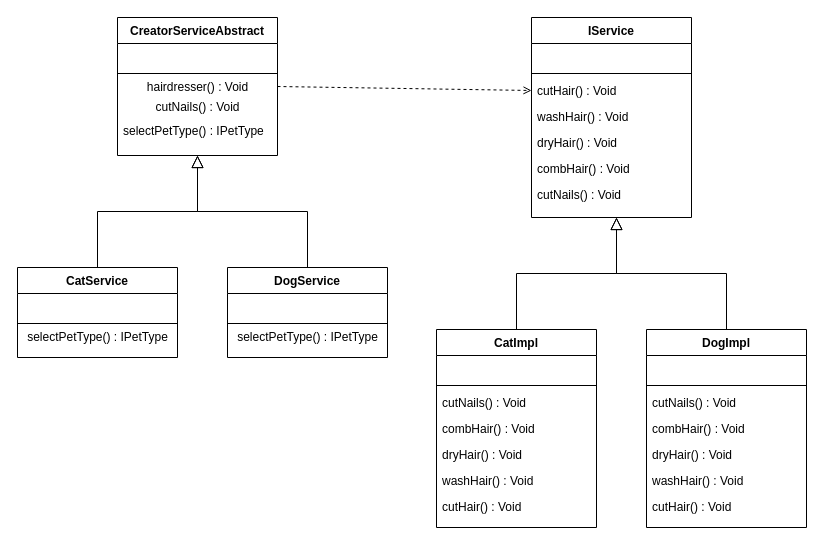
Above: src/main/resources/diagrams/FactoryMethodDiagramExample.drawio in johnreyes96/design-patterns (draw.io), before the change. Source tidied: cells renumbered, new cells numbered last; positions are measured from the earlier drawing's top-left corner, leaving out a move shared by most shapes. Both pictures are drawn from the tidied source at 100%, with x=0, y=0 at pixel (17, 17).
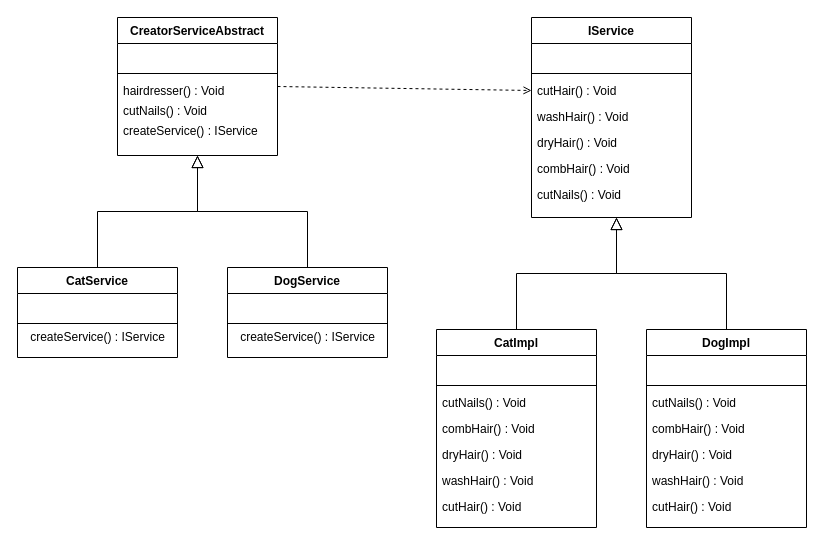
Above is the later version.

Commit message:
change methods in creators

Unchanged cells that the change refers to:
```xml
<mxCell id="2" value="CreatorServiceAbstract" style="swimlane;fontStyle=1;align=center;verticalAlign=top;horizontal=1;startSize=26;rounded=0;shadow=0;strokeWidth=1;" parent="1" vertex="1">
  <mxGeometry x="100" width="160" height="138" as="geometry" />
</mxCell>
<mxCell id="8" value="CatService" style="swimlane;fontStyle=1;align=center;verticalAlign=top;horizontal=1;startSize=26;rounded=0;shadow=0;strokeWidth=1;" parent="1" vertex="1">
  <mxGeometry y="250" width="160" height="90" as="geometry" />
</mxCell>
<mxCell id="13" value="DogService" style="swimlane;fontStyle=1;align=center;verticalAlign=top;horizontal=1;startSize=26;rounded=0;shadow=0;strokeWidth=1;" parent="1" vertex="1">
  <mxGeometry x="210" y="250" width="160" height="90" as="geometry" />
</mxCell>
```

Diff of the diagram source:
```diff
@@
-    <mxCell id="5" value="hairdresser() : Void" style="text;html=1;align=center;verticalAlign=middle;strokeColor=none;fillColor=none;" parent="2" vertex="1">
+    <mxCell id="5" value="hairdresser() : Void" style="text;align=left;verticalAlign=top;spacingLeft=4;spacingRight=4;overflow=hidden;" parent="2" vertex="1">
       <mxGeometry y="60" width="160" height="20" as="geometry" />
     </mxCell>
-    <mxCell id="6" value="cutNails() : Void" style="text;html=1;align=center;verticalAlign=middle;strokeColor=none;fillColor=none;" parent="2" vertex="1">
+    <mxCell id="6" value="cutNails() : Void" style="text;align=left;verticalAlign=top;spacingLeft=4;spacingRight=4;overflow=hidden;" parent="2" vertex="1">
       <mxGeometry y="80" width="160" height="20" as="geometry" />
     </mxCell>
-    <mxCell id="7" value="selectPetType() : IPetType" style="text;align=left;verticalAlign=top;spacingLeft=4;spacingRight=4;overflow=hidden;" parent="2" vertex="1">
+    <mxCell id="7" value="createService() : IService" style="text;align=left;verticalAlign=top;spacingLeft=4;spacingRight=4;overflow=hidden;" parent="2" vertex="1">
       <mxGeometry y="100" width="160" height="26" as="geometry" />
     </mxCell>
@@
-    <mxCell id="11" value="&lt;span style=&quot;text-align: left&quot;&gt;selectPetType() : IPetType&lt;/span&gt;" style="text;html=1;align=center;verticalAlign=middle;strokeColor=none;fillColor=none;" parent="8" vertex="1">
+    <mxCell id="11" value="&lt;span style=&quot;text-align: left&quot;&gt;createService() : IService&lt;/span&gt;" style="text;html=1;align=center;verticalAlign=middle;strokeColor=none;fillColor=none;" parent="8" vertex="1">
       <mxGeometry y="60" width="160" height="20" as="geometry" />
     </mxCell>
@@
-    <mxCell id="16" value="&lt;span style=&quot;text-align: left&quot;&gt;selectPetType() : IPetType&lt;/span&gt;" style="text;html=1;align=center;verticalAlign=middle;strokeColor=none;fillColor=none;" parent="13" vertex="1">
+    <mxCell id="16" value="&lt;span style=&quot;text-align: left&quot;&gt;createService() : IService&lt;/span&gt;" style="text;html=1;align=center;verticalAlign=middle;strokeColor=none;fillColor=none;" parent="13" vertex="1">
       <mxGeometry y="60" width="160" height="20" as="geometry" />
     </mxCell>
```
